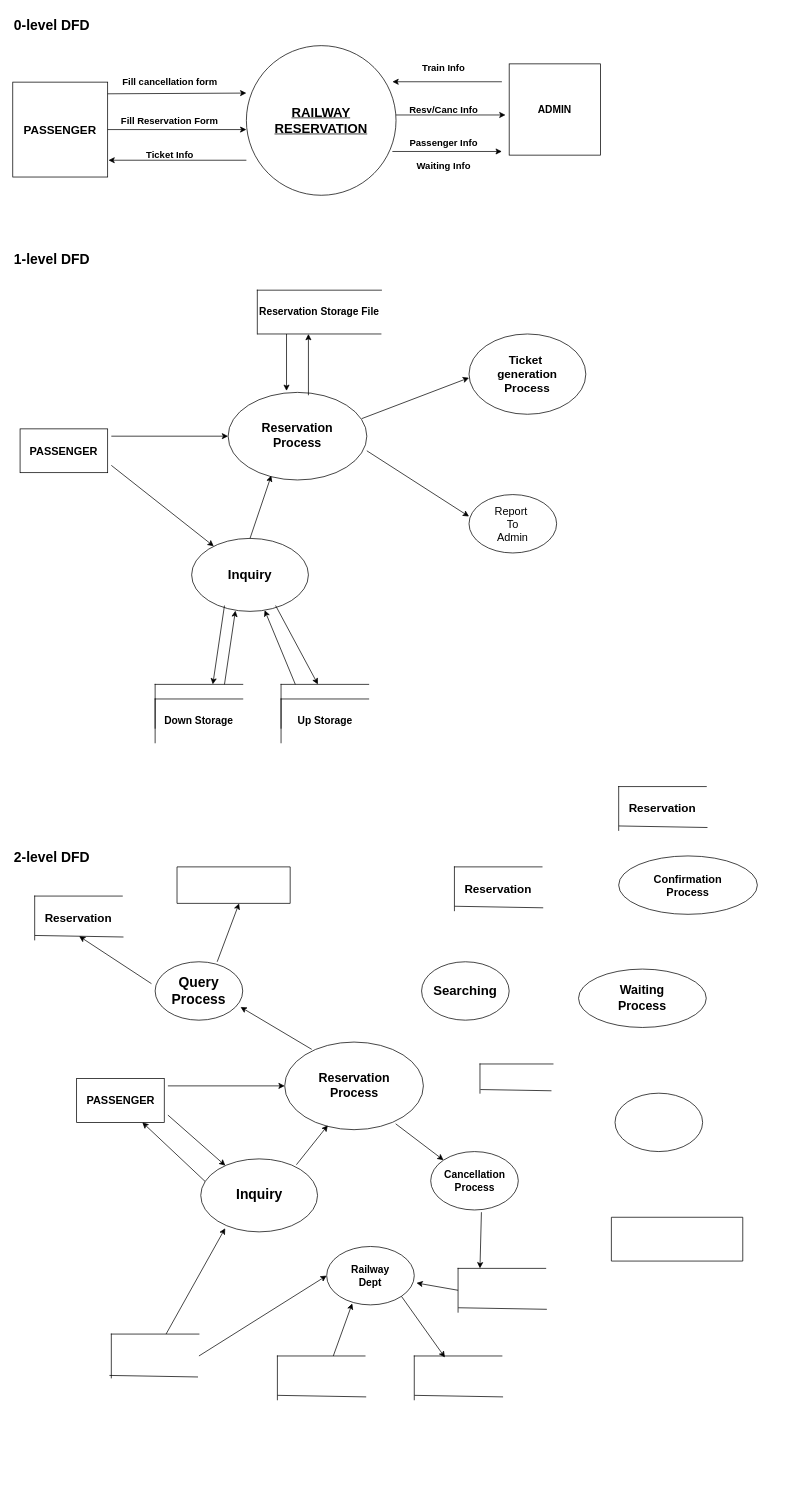
Before: RRS.drawio in SheikhSahil-SDE/R_Reserv_Sys, a draw.io diagram. Source tidied: cells renumbered, new cells numbered last; positions are measured from the earlier drawing's top-left corner, leaving out a move shared by most shapes. Both pictures are drawn from the tidied source at 73%, with x=0, y=0 at pixel (12, 12).
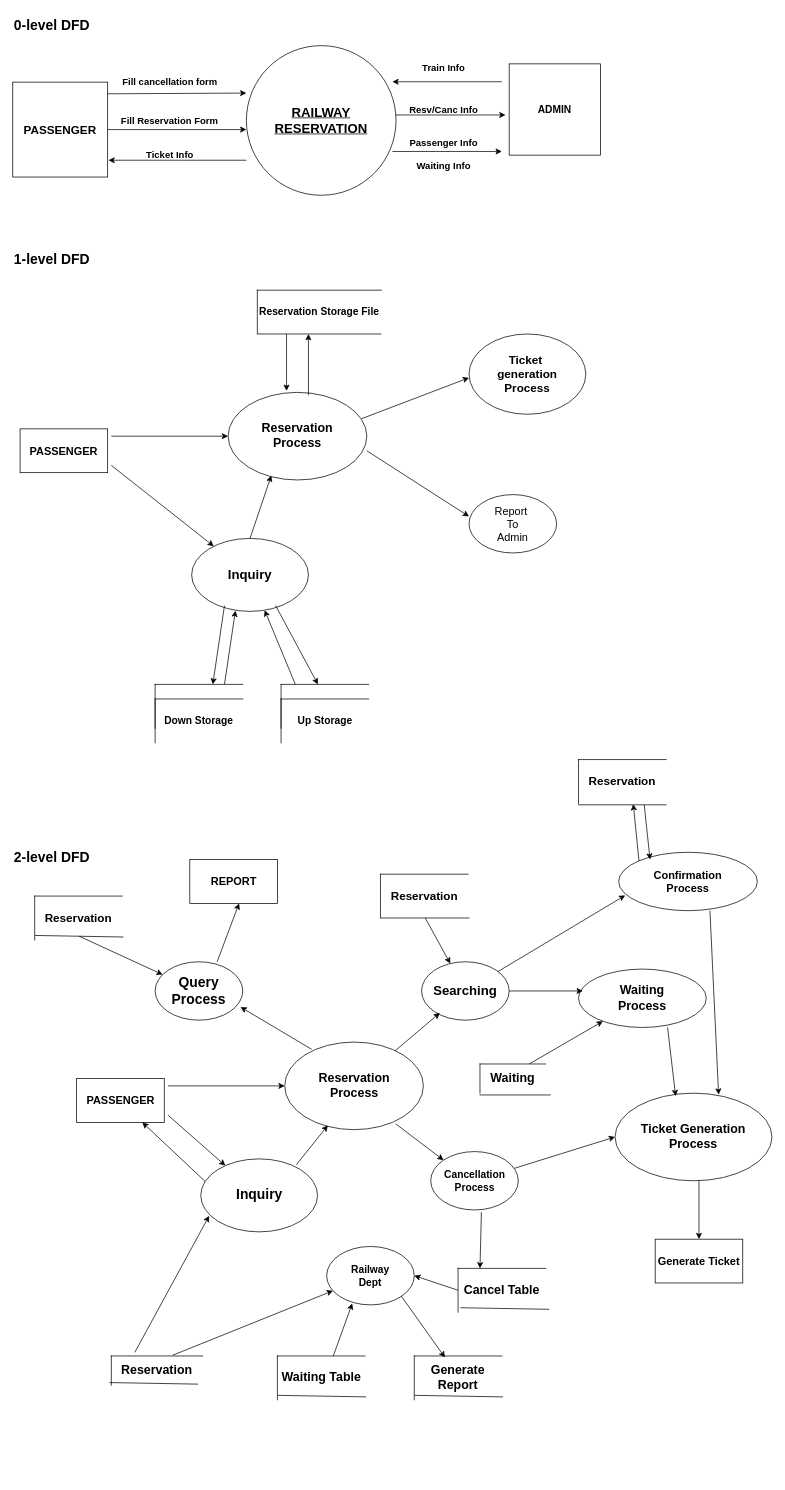
The same diagram, later.

The change refers to these unchanged cells:
```xml
<mxCell id="44" value="&lt;b&gt;&lt;font style=&quot;font-size: 17px;&quot;&gt;Reservation&lt;/font&gt;&lt;/b&gt;&lt;div&gt;&lt;b&gt;&lt;font style=&quot;font-size: 17px;&quot;&gt;Process&lt;/font&gt;&lt;/b&gt;&lt;/div&gt;" style="ellipse;whiteSpace=wrap;html=1;" parent="1" vertex="1">
  <mxGeometry x="372.5" y="1410" width="190" height="120" as="geometry" />
</mxCell>
<mxCell id="45" value="&lt;b&gt;&lt;font style=&quot;font-size: 19px;&quot;&gt;Inquiry&lt;/font&gt;&lt;/b&gt;" style="ellipse;whiteSpace=wrap;html=1;" parent="1" vertex="1">
  <mxGeometry x="257.5" y="1570" width="160" height="100" as="geometry" />
</mxCell>
<mxCell id="51" value="&lt;b&gt;&lt;font style=&quot;font-size: 19px;&quot;&gt;Query&lt;/font&gt;&lt;/b&gt;&lt;div&gt;&lt;b&gt;&lt;font style=&quot;font-size: 19px;&quot;&gt;Process&lt;/font&gt;&lt;/b&gt;&lt;/div&gt;" style="ellipse;whiteSpace=wrap;html=1;" parent="1" vertex="1">
  <mxGeometry x="195" y="1300" width="120" height="80" as="geometry" />
</mxCell>
<mxCell id="53" value="&lt;b&gt;&lt;font style=&quot;font-size: 14px;&quot;&gt;Cancellation&lt;/font&gt;&lt;/b&gt;&lt;div&gt;&lt;b&gt;&lt;font style=&quot;font-size: 14px;&quot;&gt;Process&lt;/font&gt;&lt;/b&gt;&lt;/div&gt;" style="ellipse;whiteSpace=wrap;html=1;" parent="1" vertex="1">
  <mxGeometry x="572.5" y="1560" width="120" height="80" as="geometry" />
</mxCell>
<mxCell id="57" value="&lt;span style=&quot;font-size: 14px;&quot;&gt;&lt;span&gt;Railway&lt;/span&gt;&lt;/span&gt;&lt;div&gt;&lt;span style=&quot;font-size: 14px;&quot;&gt;&lt;span&gt;Dept&lt;/span&gt;&lt;/span&gt;&lt;/div&gt;" style="ellipse;whiteSpace=wrap;html=1;fontStyle=1;" parent="1" vertex="1">
  <mxGeometry x="430" y="1690" width="120" height="80" as="geometry" />
</mxCell>
<mxCell id="64" value="&lt;b&gt;&lt;font style=&quot;font-size: 18px;&quot;&gt;Searching&lt;/font&gt;&lt;/b&gt;" style="ellipse;whiteSpace=wrap;html=1;" parent="1" vertex="1">
  <mxGeometry x="560" y="1300" width="120" height="80" as="geometry" />
</mxCell>
<mxCell id="66" value="&lt;b&gt;&lt;font style=&quot;font-size: 17px;&quot;&gt;Waiting&lt;/font&gt;&lt;/b&gt;&lt;div&gt;&lt;b&gt;&lt;font style=&quot;font-size: 17px;&quot;&gt;Process&lt;/font&gt;&lt;/b&gt;&lt;/div&gt;" style="ellipse;whiteSpace=wrap;html=1;" parent="1" vertex="1">
  <mxGeometry x="775" y="1310" width="175" height="80" as="geometry" />
</mxCell>
<mxCell id="71" style="shape=partialRectangle;whiteSpace=wrap;html=1;right=0;top=0;bottom=0;fillColor=none;routingCenterX=-0.5;rotation=91;" parent="1" vertex="1">
  <mxGeometry x="35" y="1260" width="110" height="120" as="geometry" />
</mxCell>
```

Change to the diagram source:
```diff
@@
-    <mxCell id="46" value="&lt;b&gt;&lt;font style=&quot;font-size: 15px;&quot;&gt;PASSENGER&lt;/font&gt;&lt;/b&gt;" style="rounded=0;whiteSpace=wrap;html=1;" parent="1" vertex="1">
+    <mxCell id="46" value="&lt;span&gt;&lt;font style=&quot;font-size: 15px;&quot;&gt;PASSENGER&lt;/font&gt;&lt;/span&gt;" style="rounded=0;whiteSpace=wrap;html=1;fontStyle=1;" parent="1" vertex="1">
       <mxGeometry x="87.5" y="1460" width="120" height="60" as="geometry" />
     </mxCell>
@@
-    <mxCell id="55" style="shape=partialRectangle;whiteSpace=wrap;html=1;bottom=0;right=0;fillColor=none;" parent="1" vertex="1">
-      <mxGeometry x="135" y="1810" width="120" height="60" as="geometry" />
+    <mxCell id="55" value="&lt;b&gt;&lt;font style=&quot;font-size: 17px;&quot;&gt;Reservation&lt;/font&gt;&lt;/b&gt;" style="shape=partialRectangle;whiteSpace=wrap;html=1;bottom=0;right=0;fillColor=none;" parent="1" vertex="1">
+      <mxGeometry x="135" y="1840" width="125" height="40" as="geometry" />
     </mxCell>
     <mxCell id="56" style="shape=partialRectangle;whiteSpace=wrap;html=1;right=0;top=0;bottom=0;fillColor=none;routingCenterX=-0.5;rotation=91;" parent="1" vertex="1">
-      <mxGeometry x="160" y="1840.2" width="65" height="120" as="geometry" />
+      <mxGeometry x="160" y="1850" width="65" height="120" as="geometry" />
     </mxCell>
@@
-    <mxCell id="58" style="shape=partialRectangle;whiteSpace=wrap;html=1;bottom=0;right=0;fillColor=none;" parent="1" vertex="1">
+    <mxCell id="58" value="&lt;b&gt;&lt;font style=&quot;font-size: 17px;&quot;&gt;Waiting Table&lt;/font&gt;&lt;/b&gt;" style="shape=partialRectangle;whiteSpace=wrap;html=1;bottom=0;right=0;fillColor=none;" parent="1" vertex="1">
       <mxGeometry x="362.5" y="1840" width="120" height="60" as="geometry" />
     </mxCell>
@@
-    <mxCell id="60" style="shape=partialRectangle;whiteSpace=wrap;html=1;bottom=0;right=0;fillColor=none;" parent="1" vertex="1">
+    <mxCell id="60" value="&lt;b&gt;&lt;font style=&quot;font-size: 17px;&quot;&gt;Generate Report&lt;/font&gt;&lt;/b&gt;" style="shape=partialRectangle;whiteSpace=wrap;html=1;bottom=0;right=0;fillColor=none;" parent="1" vertex="1">
       <mxGeometry x="550" y="1840" width="120" height="60" as="geometry" />
     </mxCell>
@@
-    <mxCell id="62" style="shape=partialRectangle;whiteSpace=wrap;html=1;bottom=0;right=0;fillColor=none;" parent="1" vertex="1">
+    <mxCell id="62" value="&lt;b&gt;&lt;font style=&quot;font-size: 17px;&quot;&gt;Cancel Table&lt;/font&gt;&lt;/b&gt;" style="shape=partialRectangle;whiteSpace=wrap;html=1;bottom=0;right=0;fillColor=none;" parent="1" vertex="1">
       <mxGeometry x="610" y="1720" width="120" height="60" as="geometry" />
     </mxCell>
-    <mxCell id="63" style="shape=partialRectangle;whiteSpace=wrap;html=1;right=0;top=0;bottom=0;fillColor=none;routingCenterX=-0.5;rotation=91;" parent="1" vertex="1">
-      <mxGeometry x="615" y="1770" width="110" height="120" as="geometry" />
+    <mxCell id="63" style="shape=partialRectangle;whiteSpace=wrap;html=1;right=0;top=0;bottom=0;fillColor=none;routingCenterX=-0.5;rotation=-89;" parent="1" vertex="1">
+      <mxGeometry x="620" y="1660" width="110" height="120" as="geometry" />
     </mxCell>
@@
     <mxCell id="65" value="&lt;b&gt;&lt;font style=&quot;font-size: 15px;&quot;&gt;Confirmation&lt;/font&gt;&lt;/b&gt;&lt;div&gt;&lt;b&gt;&lt;font style=&quot;font-size: 15px;&quot;&gt;Process&lt;/font&gt;&lt;/b&gt;&lt;/div&gt;" style="ellipse;whiteSpace=wrap;html=1;" parent="1" vertex="1">
-      <mxGeometry x="830" y="1155" width="190" height="80" as="geometry" />
+      <mxGeometry x="830" y="1150" width="190" height="80" as="geometry" />
     </mxCell>
@@
-    <mxCell id="67" style="ellipse;whiteSpace=wrap;html=1;" parent="1" vertex="1">
-      <mxGeometry x="825" y="1480" width="120" height="80" as="geometry" />
+    <mxCell id="67" value="&lt;b&gt;&lt;font style=&quot;font-size: 17px;&quot;&gt;Ticket Generation&lt;/font&gt;&lt;/b&gt;&lt;div&gt;&lt;b&gt;&lt;font style=&quot;font-size: 17px;&quot;&gt;Process&lt;/font&gt;&lt;/b&gt;&lt;/div&gt;" style="ellipse;whiteSpace=wrap;html=1;" parent="1" vertex="1">
+      <mxGeometry x="825" y="1480" width="215" height="120" as="geometry" />
     </mxCell>
-    <mxCell id="68" style="verticalLabelPosition=bottom;verticalAlign=top;html=1;shape=mxgraph.basic.rect;fillColor2=none;strokeWidth=1;size=20;indent=5;" parent="1" vertex="1">
-      <mxGeometry x="820" y="1650" width="180" height="60" as="geometry" />
-    </mxCell>
-    <mxCell id="69" style="verticalLabelPosition=bottom;verticalAlign=top;html=1;shape=mxgraph.basic.rect;fillColor2=none;strokeWidth=1;size=20;indent=5;" parent="1" vertex="1">
-      <mxGeometry x="225" y="1170" width="155" height="50" as="geometry" />
-    </mxCell>
@@
-    <mxCell id="75" style="endArrow=classic;html=1;rounded=0;entryX=0;entryY=0.5;entryDx=0;entryDy=0;exitX=1;exitY=0.5;exitDx=0;exitDy=0;" parent="1" edge="1" source="55" target="57">
+    <mxCell id="75" style="endArrow=classic;html=1;rounded=0;exitX=0.672;exitY=-0.025;exitDx=0;exitDy=0;exitPerimeter=0;" parent="1" edge="1" source="55" target="57">
       <mxGeometry relative="1" as="geometry" />
     </mxCell>
-    <mxCell id="76" style="endArrow=classic;html=1;rounded=0;entryX=0.209;entryY=0.95;entryDx=0;entryDy=0;entryPerimeter=0;exitX=0.625;exitY=0;exitDx=0;exitDy=0;exitPerimeter=0;" parent="1" edge="1" source="55" target="45">
-      <mxGeometry relative="1" as="geometry" />
+    <mxCell id="76" style="endArrow=classic;html=1;rounded=0;entryX=0.072;entryY=0.78;entryDx=0;entryDy=0;entryPerimeter=0;exitX=0.625;exitY=0;exitDx=0;exitDy=0;exitPerimeter=0;" parent="1" edge="1" target="45">
+      <mxGeometry relative="1" as="geometry">
+        <mxPoint x="167.2" y="1835" as="sourcePoint" />
+      </mxGeometry>
     </mxCell>
-    <mxCell id="77" style="endArrow=classic;html=1;rounded=0;entryX=1.025;entryY=0.625;entryDx=0;entryDy=0;exitX=0;exitY=0.5;exitDx=0;exitDy=0;entryPerimeter=0;" parent="1" edge="1" source="62" target="57">
-      <mxGeometry relative="1" as="geometry" />
+    <mxCell id="77" style="endArrow=classic;html=1;rounded=0;exitX=0;exitY=0.5;exitDx=0;exitDy=0;" parent="1" edge="1" source="62">
+      <mxGeometry relative="1" as="geometry">
+        <mxPoint x="550" y="1730" as="targetPoint" />
+      </mxGeometry>
     </mxCell>
-    <mxCell id="78" style="shape=partialRectangle;whiteSpace=wrap;html=1;bottom=0;right=0;fillColor=none;" parent="1" vertex="1">
-      <mxGeometry x="640" y="1440" width="100" height="40" as="geometry" />
+    <mxCell id="78" value="&lt;b&gt;&lt;font style=&quot;font-size: 17px;&quot;&gt;Waiting&lt;/font&gt;&lt;/b&gt;" style="shape=partialRectangle;whiteSpace=wrap;html=1;bottom=0;right=0;fillColor=none;" parent="1" vertex="1">
+      <mxGeometry x="640" y="1440" width="90" height="40" as="geometry" />
     </mxCell>
-    <mxCell id="79" style="shape=partialRectangle;whiteSpace=wrap;html=1;right=0;top=0;bottom=0;fillColor=none;routingCenterX=-0.5;rotation=91;" parent="1" vertex="1">
-      <mxGeometry x="623.7" y="1492.3" width="128.9" height="96" as="geometry" />
+    <mxCell id="79" style="shape=partialRectangle;whiteSpace=wrap;html=1;right=0;top=0;bottom=0;fillColor=none;routingCenterX=-0.5;rotation=-90;" parent="1" vertex="1">
+      <mxGeometry x="623.7" y="1370" width="128.9" height="96" as="geometry" />
     </mxCell>
-    <mxCell id="80" style="endArrow=classic;html=1;rounded=0;entryX=0;entryY=0.5;entryDx=0;entryDy=0;" parent="1" edge="1" target="71">
-      <mxGeometry relative="1" as="geometry">
-        <mxPoint x="190" y="1330" as="sourcePoint" />
-      </mxGeometry>
+    <mxCell id="80" style="endArrow=classic;html=1;rounded=0;exitX=0;exitY=0.5;exitDx=0;exitDy=0;" parent="1" edge="1" source="71" target="51">
+      <mxGeometry relative="1" as="geometry" />
     </mxCell>
@@
     <mxCell id="82" value="&lt;b&gt;&lt;font style=&quot;font-size: 16px;&quot;&gt;Reservation&lt;/font&gt;&lt;/b&gt;" style="shape=partialRectangle;whiteSpace=wrap;html=1;bottom=0;right=0;fillColor=none;" parent="1" vertex="1">
-      <mxGeometry x="830" y="1060" width="120" height="60" as="geometry" />
+      <mxGeometry x="775" y="1023" width="120" height="60" as="geometry" />
     </mxCell>
-    <mxCell id="83" style="shape=partialRectangle;whiteSpace=wrap;html=1;right=0;top=0;bottom=0;fillColor=none;routingCenterX=-0.5;rotation=91;" parent="1" vertex="1">
-      <mxGeometry x="835" y="1110" width="110" height="120" as="geometry" />
+    <mxCell id="83" style="shape=partialRectangle;whiteSpace=wrap;html=1;right=0;top=0;bottom=0;fillColor=none;routingCenterX=-0.5;rotation=-90;" parent="1" vertex="1">
+      <mxGeometry x="780" y="970" width="110" height="120" as="geometry" />
     </mxCell>
     <mxCell id="84" value="&lt;b&gt;&lt;font style=&quot;font-size: 16px;&quot;&gt;Reservation&lt;/font&gt;&lt;/b&gt;" style="shape=partialRectangle;whiteSpace=wrap;html=1;bottom=0;right=0;fillColor=none;" parent="1" vertex="1">
-      <mxGeometry x="605" y="1170" width="120" height="60" as="geometry" />
+      <mxGeometry x="503.7" y="1180" width="120" height="60" as="geometry" />
     </mxCell>
-    <mxCell id="85" style="shape=partialRectangle;whiteSpace=wrap;html=1;right=0;top=0;bottom=0;fillColor=none;routingCenterX=-0.5;rotation=91;" parent="1" vertex="1">
-      <mxGeometry x="610" y="1220" width="110" height="120" as="geometry" />
+    <mxCell id="85" style="shape=partialRectangle;whiteSpace=wrap;html=1;right=0;top=0;bottom=0;fillColor=none;routingCenterX=-0.5;rotation=-180;direction=south;" parent="1" vertex="1">
+      <mxGeometry x="505" y="1130" width="120" height="110" as="geometry" />
     </mxCell>
+    <mxCell id="86" style="endArrow=classic;html=1;rounded=0;entryX=0.047;entryY=0.738;entryDx=0;entryDy=0;entryPerimeter=0;" parent="1" edge="1" source="64" target="65">
+      <mxGeometry relative="1" as="geometry" />
+    </mxCell>
+    <mxCell id="87" style="endArrow=classic;html=1;rounded=0;" parent="1" edge="1" source="44">
+      <mxGeometry relative="1" as="geometry">
+        <mxPoint x="585" y="1370" as="targetPoint" />
+      </mxGeometry>
+    </mxCell>
+    <mxCell id="88" style="endArrow=classic;html=1;rounded=0;exitX=0;exitY=0.5;exitDx=0;exitDy=0;" parent="1" edge="1" source="85" target="64">
+      <mxGeometry relative="1" as="geometry" />
+    </mxCell>
+    <mxCell id="89" value="&lt;span style=&quot;font-size: 15px;&quot;&gt;REPORT&lt;/span&gt;" style="rounded=0;whiteSpace=wrap;html=1;fontStyle=1;" parent="1" vertex="1">
+      <mxGeometry x="242.5" y="1160" width="120" height="60" as="geometry" />
+    </mxCell>
+    <mxCell id="90" style="endArrow=classic;html=1;rounded=0;entryX=0.226;entryY=0.125;entryDx=0;entryDy=0;entryPerimeter=0;exitX=0;exitY=0.75;exitDx=0;exitDy=0;" parent="1" edge="1" source="83" target="65">
+      <mxGeometry relative="1" as="geometry" />
+    </mxCell>
+    <mxCell id="91" style="endArrow=classic;html=1;rounded=0;exitX=0;exitY=0;exitDx=0;exitDy=0;entryX=0.009;entryY=0.625;entryDx=0;entryDy=0;entryPerimeter=0;" parent="1" edge="1" source="65" target="83">
+      <mxGeometry relative="1" as="geometry" />
+    </mxCell>
+    <mxCell id="92" value="&lt;span style=&quot;font-size: 15px;&quot;&gt;Generate Ticket&lt;/span&gt;" style="rounded=0;whiteSpace=wrap;html=1;fontStyle=1;" parent="1" vertex="1">
+      <mxGeometry x="880" y="1680" width="120" height="60" as="geometry" />
+    </mxCell>
+    <mxCell id="93" style="endArrow=classic;html=1;rounded=0;entryX=0;entryY=0.5;entryDx=0;entryDy=0;" parent="1" edge="1" source="53" target="67">
+      <mxGeometry relative="1" as="geometry" />
+    </mxCell>
+    <mxCell id="94" style="endArrow=classic;html=1;rounded=0;entryX=0.5;entryY=0;entryDx=0;entryDy=0;" parent="1" edge="1" target="92">
+      <mxGeometry relative="1" as="geometry">
+        <mxPoint x="940" y="1600" as="sourcePoint" />
+      </mxGeometry>
+    </mxCell>
+    <mxCell id="95" style="endArrow=classic;html=1;rounded=0;entryX=0.386;entryY=0.033;entryDx=0;entryDy=0;exitX=0.579;exitY=1.038;exitDx=0;exitDy=0;exitPerimeter=0;entryPerimeter=0;" parent="1" edge="1" target="67">
+      <mxGeometry relative="1" as="geometry">
+        <mxPoint x="897" y="1390" as="sourcePoint" />
+      </mxGeometry>
+    </mxCell>
+    <mxCell id="96" style="endArrow=classic;html=1;rounded=0;exitX=0.75;exitY=0;exitDx=0;exitDy=0;" parent="1" edge="1" source="78" target="66">
+      <mxGeometry relative="1" as="geometry" />
+    </mxCell>
+    <mxCell id="97" style="endArrow=classic;html=1;rounded=0;entryX=0.034;entryY=0.375;entryDx=0;entryDy=0;exitX=1;exitY=0.5;exitDx=0;exitDy=0;entryPerimeter=0;" parent="1" edge="1" source="64" target="66">
+      <mxGeometry relative="1" as="geometry" />
+    </mxCell>
+    <mxCell id="98" style="endArrow=classic;html=1;rounded=0;entryX=0.66;entryY=0.017;entryDx=0;entryDy=0;exitX=0.658;exitY=1;exitDx=0;exitDy=0;exitPerimeter=0;entryPerimeter=0;" parent="1" edge="1" source="65" target="67">
+      <mxGeometry relative="1" as="geometry" />
+    </mxCell>
```
